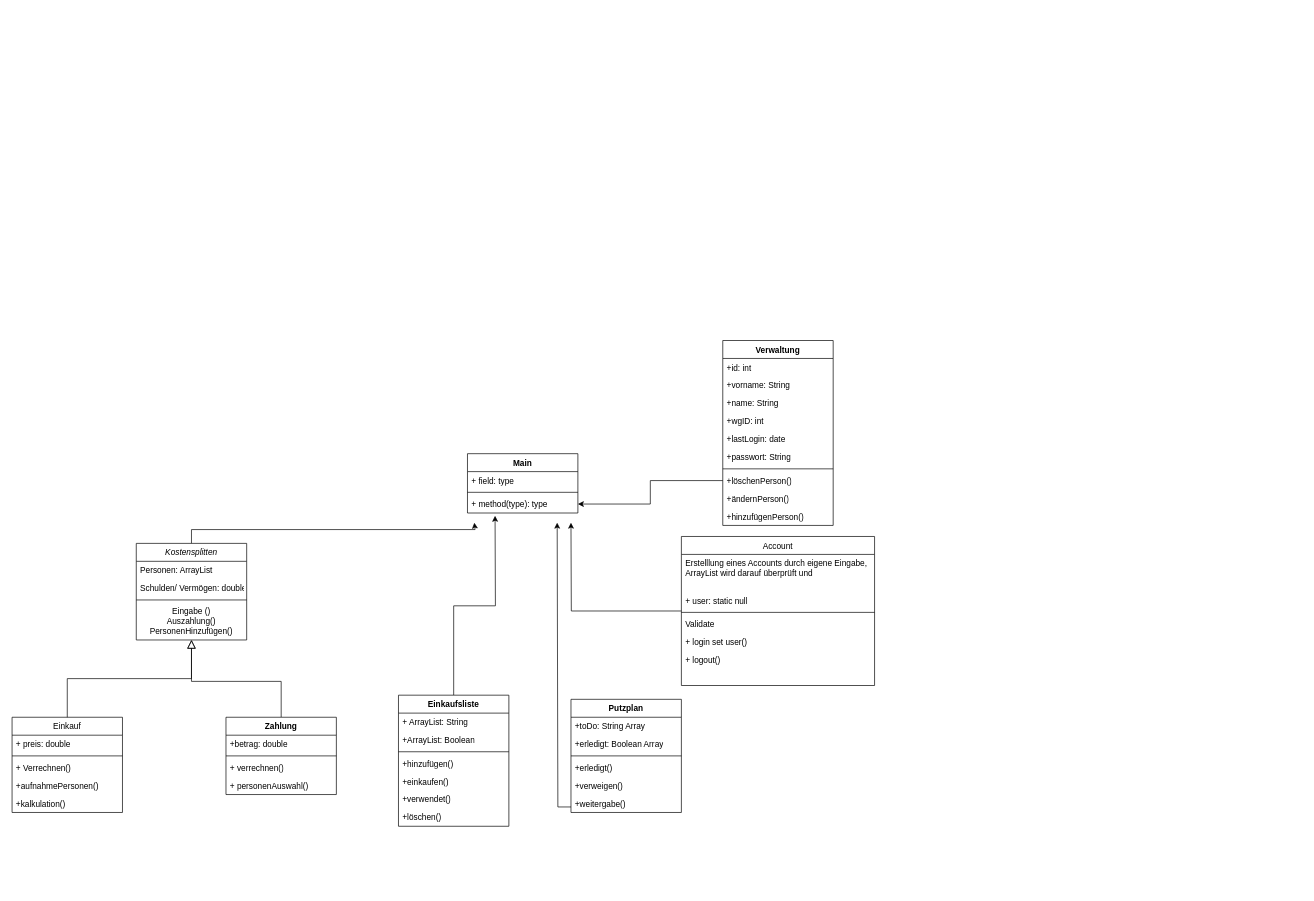
franzi17/Systemanalyse keeps this draw.io diagram as Unbenanntes Diagramm.drawio. Above is the earlier version. Source tidied: cells renumbered, new cells numbered last; positions are measured from the earlier drawing's top-left corner, leaving out a move shared by most shapes. Both pictures are drawn from the tidied source at 69%, with x=0, y=0 at pixel (12, 340).
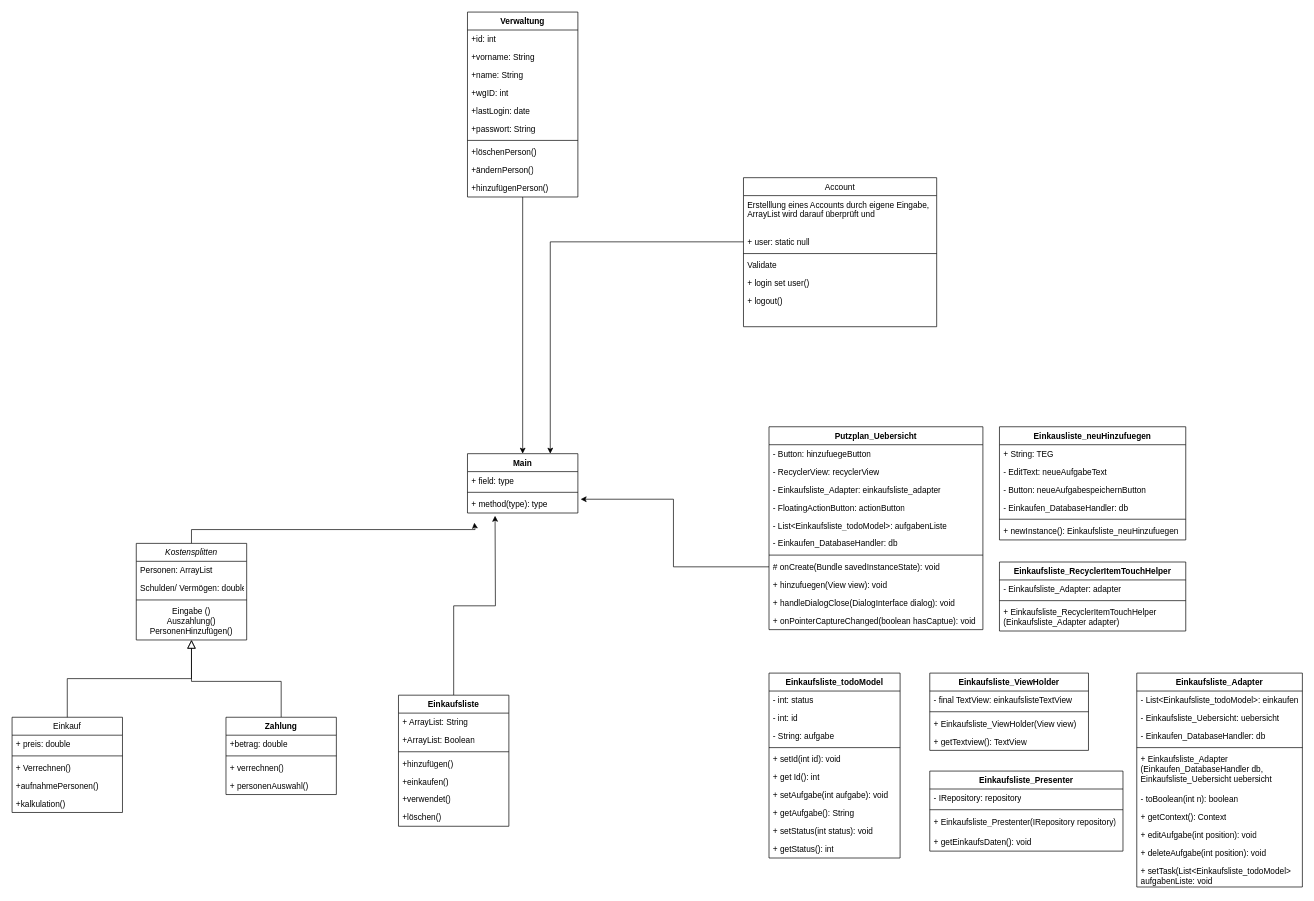
The same diagram, later.

Unchanged cells that the change refers to:
```xml
<mxCell id="18" value="+ user: static null" style="text;strokeColor=none;fillColor=none;align=left;verticalAlign=top;spacingLeft=4;spacingRight=4;overflow=hidden;points=[[0,0.5],[1,0.5]];portConstraint=eastwest;whiteSpace=wrap;html=1;" parent="16" vertex="1">
  <mxGeometry y="80" width="280" height="26" as="geometry" />
</mxCell>
<mxCell id="31" value="+löschenPerson()" style="text;strokeColor=none;fillColor=none;align=left;verticalAlign=top;spacingLeft=4;spacingRight=4;overflow=hidden;points=[[0,0.5],[1,0.5]];portConstraint=eastwest;whiteSpace=wrap;html=1;" parent="23" vertex="1">
  <mxGeometry y="190" width="160" height="26" as="geometry" />
</mxCell>
<mxCell id="51" value="Main" style="swimlane;fontStyle=1;align=center;verticalAlign=top;horizontal=1;startSize=26;whiteSpace=wrap;html=1;" parent="1" vertex="1">
  <mxGeometry x="660" y="164" width="160" height="86" as="geometry" />
</mxCell>
<mxCell id="54" value="+ method(type): type" style="text;strokeColor=none;fillColor=none;align=left;verticalAlign=top;spacingLeft=4;spacingRight=4;overflow=hidden;points=[[0,0.5],[1,0.5]];portConstraint=eastwest;whiteSpace=wrap;html=1;" parent="51" vertex="1">
  <mxGeometry y="60" width="160" height="26" as="geometry" />
</mxCell>
```

What changed in the source:
```diff
@@
     <mxCell id="16" value="Account" style="swimlane;fontStyle=0;align=center;verticalAlign=top;horizontal=1;startSize=26;rounded=0;shadow=0;strokeWidth=1;" parent="1" vertex="1">
-      <mxGeometry x="970" y="284" width="280" height="216" as="geometry" />
+      <mxGeometry x="1060" y="-236" width="280" height="216" as="geometry" />
     </mxCell>
@@
+    <mxCell id="62" style="edgeStyle=orthogonalEdgeStyle;rounded=0;jettySize=auto;html=1;entryX=0.5;entryY=0;entryDx=0;entryDy=0;" parent="1" edge="1" source="23" target="51">
+      <mxGeometry relative="1" as="geometry" />
+    </mxCell>
     <mxCell id="23" value="Verwaltung" style="swimlane;fontStyle=1;align=center;verticalAlign=top;horizontal=1;startSize=26;whiteSpace=wrap;html=1;" parent="1" vertex="1">
-      <mxGeometry x="1030" width="160" height="268" as="geometry" />
+      <mxGeometry x="660" y="-476" width="160" height="268" as="geometry" />
     </mxCell>
@@
-    <mxCell id="43" style="edgeStyle=orthogonalEdgeStyle;rounded=0;jettySize=auto;html=1;" parent="1" edge="1" source="44">
-      <mxGeometry relative="1" as="geometry">
-        <mxPoint x="790" y="264" as="targetPoint" />
-        <Array as="points">
-          <mxPoint x="791" y="676" />
-        </Array>
-      </mxGeometry>
-    </mxCell>
-    <mxCell id="44" value="Putzplan" style="swimlane;fontStyle=1;align=center;verticalAlign=top;horizontal=1;startSize=26;whiteSpace=wrap;html=1;" parent="1" vertex="1">
-      <mxGeometry x="810" y="520" width="160" height="164" as="geometry" />
+    <mxCell id="44" value="Putzplan_Uebersicht" style="swimlane;fontStyle=1;align=center;verticalAlign=top;horizontal=1;startSize=26;whiteSpace=wrap;html=1;" parent="1" vertex="1">
+      <mxGeometry x="1097" y="125" width="310" height="294" as="geometry" />
     </mxCell>
-    <mxCell id="45" value="+toDo: String Array" style="text;strokeColor=none;fillColor=none;align=left;verticalAlign=top;spacingLeft=4;spacingRight=4;overflow=hidden;whiteSpace=wrap;html=1;" parent="44" vertex="1">
-      <mxGeometry y="26" width="160" height="26" as="geometry" />
+    <mxCell id="45" value="- Button: hinzufuegeButton" style="text;strokeColor=none;fillColor=none;align=left;verticalAlign=top;spacingLeft=4;spacingRight=4;overflow=hidden;whiteSpace=wrap;html=1;" parent="44" vertex="1">
+      <mxGeometry y="26" width="310" height="26" as="geometry" />
     </mxCell>
-    <mxCell id="46" value="+erledigt: Boolean Array" style="text;strokeColor=none;fillColor=none;align=left;verticalAlign=top;spacingLeft=4;spacingRight=4;overflow=hidden;whiteSpace=wrap;html=1;" parent="44" vertex="1">
-      <mxGeometry y="52" width="160" height="26" as="geometry" />
+    <mxCell id="46" value="- RecyclerView: recyclerView" style="text;strokeColor=none;fillColor=none;align=left;verticalAlign=top;spacingLeft=4;spacingRight=4;overflow=hidden;whiteSpace=wrap;html=1;" parent="44" vertex="1">
+      <mxGeometry y="52" width="310" height="26" as="geometry" />
     </mxCell>
+    <mxCell id="63" value="- Einkaufsliste_Adapter: einkaufsliste_adapter" style="text;strokeColor=none;fillColor=none;align=left;verticalAlign=top;spacingLeft=4;spacingRight=4;overflow=hidden;whiteSpace=wrap;html=1;" parent="44" vertex="1">
+      <mxGeometry y="78" width="310" height="26" as="geometry" />
+    </mxCell>
+    <mxCell id="64" value="- FloatingActionButton: actionButton" style="text;strokeColor=none;fillColor=none;align=left;verticalAlign=top;spacingLeft=4;spacingRight=4;overflow=hidden;whiteSpace=wrap;html=1;" parent="44" vertex="1">
+      <mxGeometry y="104" width="310" height="26" as="geometry" />
+    </mxCell>
+    <mxCell id="65" value="- List&amp;lt;Einkaufsliste_todoModel&amp;gt;: aufgabenListe" style="text;strokeColor=none;fillColor=none;align=left;verticalAlign=top;spacingLeft=4;spacingRight=4;overflow=hidden;whiteSpace=wrap;html=1;" parent="44" vertex="1">
+      <mxGeometry y="130" width="310" height="26" as="geometry" />
+    </mxCell>
+    <mxCell id="66" value="- Einkaufen_DatabaseHandler: db" style="text;strokeColor=none;fillColor=none;align=left;verticalAlign=top;spacingLeft=4;spacingRight=4;overflow=hidden;whiteSpace=wrap;html=1;" parent="44" vertex="1">
+      <mxGeometry y="156" width="310" height="26" as="geometry" />
+    </mxCell>
     <mxCell id="47" style="line;strokeWidth=1;fillColor=none;align=left;verticalAlign=middle;spacingTop=-1;spacingLeft=3;spacingRight=3;labelPosition=right;strokeColor=inherit;" parent="44" vertex="1">
-      <mxGeometry y="78" width="160" height="8" as="geometry" />
+      <mxGeometry y="182" width="310" height="8" as="geometry" />
     </mxCell>
-    <mxCell id="48" value="+erledigt()" style="text;strokeColor=none;fillColor=none;align=left;verticalAlign=top;spacingLeft=4;spacingRight=4;overflow=hidden;points=[[0,0.5],[1,0.5]];portConstraint=eastwest;whiteSpace=wrap;html=1;" parent="44" vertex="1">
-      <mxGeometry y="86" width="160" height="26" as="geometry" />
+    <mxCell id="48" value="# onCreate(Bundle savedInstanceState): void" style="text;strokeColor=none;fillColor=none;align=left;verticalAlign=top;spacingLeft=4;spacingRight=4;overflow=hidden;points=[[0,0.5],[1,0.5]];portConstraint=eastwest;whiteSpace=wrap;html=1;" parent="44" vertex="1">
+      <mxGeometry y="190" width="310" height="26" as="geometry" />
     </mxCell>
-    <mxCell id="49" value="+verweigen()" style="text;strokeColor=none;fillColor=none;align=left;verticalAlign=top;spacingLeft=4;spacingRight=4;overflow=hidden;whiteSpace=wrap;html=1;" parent="44" vertex="1">
-      <mxGeometry y="112" width="160" height="26" as="geometry" />
+    <mxCell id="49" value="+ hinzufuegen(View view): void" style="text;strokeColor=none;fillColor=none;align=left;verticalAlign=top;spacingLeft=4;spacingRight=4;overflow=hidden;whiteSpace=wrap;html=1;" parent="44" vertex="1">
+      <mxGeometry y="216" width="310" height="26" as="geometry" />
     </mxCell>
-    <mxCell id="50" value="+weitergabe()" style="text;strokeColor=none;fillColor=none;align=left;verticalAlign=top;spacingLeft=4;spacingRight=4;overflow=hidden;whiteSpace=wrap;html=1;" parent="44" vertex="1">
-      <mxGeometry y="138" width="160" height="26" as="geometry" />
+    <mxCell id="50" value="+ handleDialogClose(DialogInterface dialog): void" style="text;strokeColor=none;fillColor=none;align=left;verticalAlign=top;spacingLeft=4;spacingRight=4;overflow=hidden;whiteSpace=wrap;html=1;" parent="44" vertex="1">
+      <mxGeometry y="242" width="310" height="26" as="geometry" />
     </mxCell>
+    <mxCell id="67" value="+ onPointerCaptureChanged(boolean hasCaptue): void" style="text;strokeColor=none;fillColor=none;align=left;verticalAlign=top;spacingLeft=4;spacingRight=4;overflow=hidden;whiteSpace=wrap;html=1;" parent="44" vertex="1">
+      <mxGeometry y="268" width="310" height="26" as="geometry" />
+    </mxCell>
@@
-    <mxCell id="55" style="edgeStyle=orthogonalEdgeStyle;rounded=0;jettySize=auto;html=1;" parent="1" edge="1" source="16">
-      <mxGeometry relative="1" as="geometry">
-        <mxPoint x="810" y="264" as="targetPoint" />
-      </mxGeometry>
-    </mxCell>
@@
-    <mxCell id="61" style="edgeStyle=orthogonalEdgeStyle;rounded=0;jettySize=auto;html=1;entryX=1;entryY=0.5;entryDx=0;entryDy=0;" parent="1" edge="1" source="31" target="54">
-      <mxGeometry relative="1" as="geometry" />
-    </mxCell>
+    <mxCell id="68" style="edgeStyle=orthogonalEdgeStyle;rounded=0;jettySize=auto;html=1;entryX=0.75;entryY=0;entryDx=0;entryDy=0;" parent="1" edge="1" source="18" target="51">
+      <mxGeometry relative="1" as="geometry" />
+    </mxCell>
+    <mxCell id="69" style="edgeStyle=orthogonalEdgeStyle;rounded=0;jettySize=auto;html=1;exitX=0;exitY=0.5;exitDx=0;exitDy=0;entryX=1.025;entryY=0.231;entryDx=0;entryDy=0;entryPerimeter=0;" parent="1" edge="1" source="48" target="54">
+      <mxGeometry relative="1" as="geometry" />
+    </mxCell>
+    <mxCell id="70" value="Einkaufsliste_todoModel" style="swimlane;fontStyle=1;align=center;verticalAlign=top;horizontal=1;startSize=26;whiteSpace=wrap;html=1;" parent="1" vertex="1">
+      <mxGeometry x="1097" y="482" width="190" height="268" as="geometry" />
+    </mxCell>
+    <mxCell id="71" value="- int: status" style="text;strokeColor=none;fillColor=none;align=left;verticalAlign=top;spacingLeft=4;spacingRight=4;overflow=hidden;whiteSpace=wrap;html=1;" parent="70" vertex="1">
+      <mxGeometry y="26" width="190" height="26" as="geometry" />
+    </mxCell>
+    <mxCell id="72" value="- int: id" style="text;strokeColor=none;fillColor=none;align=left;verticalAlign=top;spacingLeft=4;spacingRight=4;overflow=hidden;whiteSpace=wrap;html=1;" parent="70" vertex="1">
+      <mxGeometry y="52" width="190" height="26" as="geometry" />
+    </mxCell>
+    <mxCell id="73" value="- String: aufgabe" style="text;strokeColor=none;fillColor=none;align=left;verticalAlign=top;spacingLeft=4;spacingRight=4;overflow=hidden;whiteSpace=wrap;html=1;" parent="70" vertex="1">
+      <mxGeometry y="78" width="190" height="26" as="geometry" />
+    </mxCell>
+    <mxCell id="74" style="line;strokeWidth=1;fillColor=none;align=left;verticalAlign=middle;spacingTop=-1;spacingLeft=3;spacingRight=3;labelPosition=right;strokeColor=inherit;" parent="70" vertex="1">
+      <mxGeometry y="104" width="190" height="8" as="geometry" />
+    </mxCell>
+    <mxCell id="75" value="+ setId(int id): void" style="text;strokeColor=none;fillColor=none;align=left;verticalAlign=top;spacingLeft=4;spacingRight=4;overflow=hidden;whiteSpace=wrap;html=1;" parent="70" vertex="1">
+      <mxGeometry y="112" width="190" height="26" as="geometry" />
+    </mxCell>
+    <mxCell id="76" value="+ get Id(): int" style="text;strokeColor=none;fillColor=none;align=left;verticalAlign=top;spacingLeft=4;spacingRight=4;overflow=hidden;whiteSpace=wrap;html=1;" parent="70" vertex="1">
+      <mxGeometry y="138" width="190" height="26" as="geometry" />
+    </mxCell>
+    <mxCell id="77" value="+ setAufgabe(int aufgabe): void" style="text;strokeColor=none;fillColor=none;align=left;verticalAlign=top;spacingLeft=4;spacingRight=4;overflow=hidden;whiteSpace=wrap;html=1;" parent="70" vertex="1">
+      <mxGeometry y="164" width="190" height="26" as="geometry" />
+    </mxCell>
+    <mxCell id="78" value="+ getAufgabe(): String" style="text;strokeColor=none;fillColor=none;align=left;verticalAlign=top;spacingLeft=4;spacingRight=4;overflow=hidden;whiteSpace=wrap;html=1;" parent="70" vertex="1">
+      <mxGeometry y="190" width="190" height="26" as="geometry" />
+    </mxCell>
+    <mxCell id="79" value="+ setStatus(int status): void" style="text;strokeColor=none;fillColor=none;align=left;verticalAlign=top;spacingLeft=4;spacingRight=4;overflow=hidden;whiteSpace=wrap;html=1;" parent="70" vertex="1">
+      <mxGeometry y="216" width="190" height="26" as="geometry" />
+    </mxCell>
+    <mxCell id="80" value="+ getStatus(): int" style="text;strokeColor=none;fillColor=none;align=left;verticalAlign=top;spacingLeft=4;spacingRight=4;overflow=hidden;whiteSpace=wrap;html=1;" parent="70" vertex="1">
+      <mxGeometry y="242" width="190" height="26" as="geometry" />
+    </mxCell>
+    <mxCell id="81" value="Einkaufsliste_ViewHolder" style="swimlane;fontStyle=1;align=center;verticalAlign=top;horizontal=1;startSize=26;whiteSpace=wrap;html=1;" parent="1" vertex="1">
+      <mxGeometry x="1330" y="482" width="230" height="112" as="geometry" />
+    </mxCell>
+    <mxCell id="82" value="- final TextView: einkaufslisteTextView" style="text;strokeColor=none;fillColor=none;align=left;verticalAlign=top;spacingLeft=4;spacingRight=4;overflow=hidden;whiteSpace=wrap;html=1;" parent="81" vertex="1">
+      <mxGeometry y="26" width="230" height="26" as="geometry" />
+    </mxCell>
+    <mxCell id="83" style="line;strokeWidth=1;fillColor=none;align=left;verticalAlign=middle;spacingTop=-1;spacingLeft=3;spacingRight=3;labelPosition=right;strokeColor=inherit;" parent="81" vertex="1">
+      <mxGeometry y="52" width="230" height="8" as="geometry" />
+    </mxCell>
+    <mxCell id="84" value="+ Einkaufsliste_ViewHolder(View view)" style="text;strokeColor=none;fillColor=none;align=left;verticalAlign=top;spacingLeft=4;spacingRight=4;overflow=hidden;whiteSpace=wrap;html=1;" parent="81" vertex="1">
+      <mxGeometry y="60" width="230" height="26" as="geometry" />
+    </mxCell>
+    <mxCell id="85" value="+ getTextview(): TextView" style="text;strokeColor=none;fillColor=none;align=left;verticalAlign=top;spacingLeft=4;spacingRight=4;overflow=hidden;whiteSpace=wrap;html=1;" parent="81" vertex="1">
+      <mxGeometry y="86" width="230" height="26" as="geometry" />
+    </mxCell>
+    <mxCell id="86" value="Einkaufsliste_Presenter" style="swimlane;fontStyle=1;align=center;verticalAlign=top;horizontal=1;startSize=26;whiteSpace=wrap;html=1;" parent="1" vertex="1">
+      <mxGeometry x="1330" y="624" width="280" height="116" as="geometry" />
+    </mxCell>
+    <mxCell id="87" value="- IRepository: repository" style="text;strokeColor=none;fillColor=none;align=left;verticalAlign=top;spacingLeft=4;spacingRight=4;overflow=hidden;whiteSpace=wrap;html=1;" parent="86" vertex="1">
+      <mxGeometry y="26" width="280" height="26" as="geometry" />
+    </mxCell>
+    <mxCell id="88" style="line;strokeWidth=1;fillColor=none;align=left;verticalAlign=middle;spacingTop=-1;spacingLeft=3;spacingRight=3;labelPosition=right;strokeColor=inherit;" parent="86" vertex="1">
+      <mxGeometry y="52" width="280" height="8" as="geometry" />
+    </mxCell>
+    <mxCell id="89" value="+ Einkaufsliste_Prestenter(IRepository repository)" style="text;strokeColor=none;fillColor=none;align=left;verticalAlign=top;spacingLeft=4;spacingRight=4;overflow=hidden;whiteSpace=wrap;html=1;" parent="86" vertex="1">
+      <mxGeometry y="60" width="280" height="30" as="geometry" />
+    </mxCell>
+    <mxCell id="90" value="+ getEinkaufsDaten(): void" style="text;strokeColor=none;fillColor=none;align=left;verticalAlign=top;spacingLeft=4;spacingRight=4;overflow=hidden;whiteSpace=wrap;html=1;" parent="86" vertex="1">
+      <mxGeometry y="90" width="280" height="26" as="geometry" />
+    </mxCell>
+    <mxCell id="91" value="Einkausliste_neuHinzufuegen" style="swimlane;fontStyle=1;align=center;verticalAlign=top;horizontal=1;startSize=26;whiteSpace=wrap;html=1;" parent="1" vertex="1">
+      <mxGeometry x="1431" y="125" width="270" height="164" as="geometry" />
+    </mxCell>
+    <mxCell id="92" value="+ String: TEG" style="text;strokeColor=none;fillColor=none;align=left;verticalAlign=top;spacingLeft=4;spacingRight=4;overflow=hidden;whiteSpace=wrap;html=1;" parent="91" vertex="1">
+      <mxGeometry y="26" width="270" height="26" as="geometry" />
+    </mxCell>
+    <mxCell id="93" value="- EditText: neueAufgabeText" style="text;strokeColor=none;fillColor=none;align=left;verticalAlign=top;spacingLeft=4;spacingRight=4;overflow=hidden;whiteSpace=wrap;html=1;" parent="91" vertex="1">
+      <mxGeometry y="52" width="270" height="26" as="geometry" />
+    </mxCell>
+    <mxCell id="94" value="- Button: neueAufgabespeichernButton" style="text;strokeColor=none;fillColor=none;align=left;verticalAlign=top;spacingLeft=4;spacingRight=4;overflow=hidden;whiteSpace=wrap;html=1;" parent="91" vertex="1">
+      <mxGeometry y="78" width="270" height="26" as="geometry" />
+    </mxCell>
+    <mxCell id="95" value="- Einkaufen_DatabaseHandler: db" style="text;strokeColor=none;fillColor=none;align=left;verticalAlign=top;spacingLeft=4;spacingRight=4;overflow=hidden;whiteSpace=wrap;html=1;" parent="91" vertex="1">
+      <mxGeometry y="104" width="270" height="26" as="geometry" />
+    </mxCell>
+    <mxCell id="96" style="line;strokeWidth=1;fillColor=none;align=left;verticalAlign=middle;spacingTop=-1;spacingLeft=3;spacingRight=3;labelPosition=right;strokeColor=inherit;" parent="91" vertex="1">
+      <mxGeometry y="130" width="270" height="8" as="geometry" />
+    </mxCell>
+    <mxCell id="97" value="+ newInstance(): Einkaufsliste_neuHinzufuegen" style="text;strokeColor=none;fillColor=none;align=left;verticalAlign=top;spacingLeft=4;spacingRight=4;overflow=hidden;whiteSpace=wrap;html=1;" parent="91" vertex="1">
+      <mxGeometry y="138" width="270" height="26" as="geometry" />
+    </mxCell>
+    <mxCell id="98" value="Einkaufsliste_RecyclerItemTouchHelper" style="swimlane;fontStyle=1;align=center;verticalAlign=top;horizontal=1;startSize=26;whiteSpace=wrap;html=1;" parent="1" vertex="1">
+      <mxGeometry x="1431" y="321" width="270" height="100" as="geometry" />
+    </mxCell>
+    <mxCell id="99" value="- Einkaufsliste_Adapter: adapter" style="text;strokeColor=none;fillColor=none;align=left;verticalAlign=top;spacingLeft=4;spacingRight=4;overflow=hidden;whiteSpace=wrap;html=1;" parent="98" vertex="1">
+      <mxGeometry y="26" width="270" height="26" as="geometry" />
+    </mxCell>
+    <mxCell id="100" style="line;strokeWidth=1;fillColor=none;align=left;verticalAlign=middle;spacingTop=-1;spacingLeft=3;spacingRight=3;labelPosition=right;strokeColor=inherit;" parent="98" vertex="1">
+      <mxGeometry y="52" width="270" height="8" as="geometry" />
+    </mxCell>
+    <mxCell id="101" value="+ Einkaufsliste_RecyclerItemTouchHelper (Einkaufsliste_Adapter adapter)" style="text;strokeColor=none;fillColor=none;align=left;verticalAlign=top;spacingLeft=4;spacingRight=4;overflow=hidden;whiteSpace=wrap;html=1;" parent="98" vertex="1">
+      <mxGeometry y="60" width="270" height="40" as="geometry" />
+    </mxCell>
+    <mxCell id="102" value="Einkaufsliste_Adapter" style="swimlane;fontStyle=1;align=center;verticalAlign=top;horizontal=1;startSize=26;whiteSpace=wrap;html=1;" parent="1" vertex="1">
+      <mxGeometry x="1630" y="482" width="240" height="310" as="geometry" />
+    </mxCell>
+    <mxCell id="103" value="- List&amp;lt;Einkaufsliste_todoModel&amp;gt;: einkaufen" style="text;strokeColor=none;fillColor=none;align=left;verticalAlign=top;spacingLeft=4;spacingRight=4;overflow=hidden;whiteSpace=wrap;html=1;" parent="102" vertex="1">
+      <mxGeometry y="26" width="240" height="26" as="geometry" />
+    </mxCell>
+    <mxCell id="104" value="- Einkaufsliste_Uebersicht: uebersicht" style="text;strokeColor=none;fillColor=none;align=left;verticalAlign=top;spacingLeft=4;spacingRight=4;overflow=hidden;whiteSpace=wrap;html=1;" parent="102" vertex="1">
+      <mxGeometry y="52" width="240" height="26" as="geometry" />
+    </mxCell>
+    <mxCell id="105" value="- Einkaufen_DatabaseHandler: db" style="text;strokeColor=none;fillColor=none;align=left;verticalAlign=top;spacingLeft=4;spacingRight=4;overflow=hidden;whiteSpace=wrap;html=1;" parent="102" vertex="1">
+      <mxGeometry y="78" width="240" height="26" as="geometry" />
+    </mxCell>
+    <mxCell id="106" style="line;strokeWidth=1;fillColor=none;align=left;verticalAlign=middle;spacingTop=-1;spacingLeft=3;spacingRight=3;labelPosition=right;strokeColor=inherit;" parent="102" vertex="1">
+      <mxGeometry y="104" width="240" height="8" as="geometry" />
+    </mxCell>
+    <mxCell id="107" value="+ Einkaufsliste_Adapter (Einkaufen_DatabaseHandler db, Einkaufsliste_Uebersicht uebersicht" style="text;strokeColor=none;fillColor=none;align=left;verticalAlign=top;spacingLeft=4;spacingRight=4;overflow=hidden;whiteSpace=wrap;html=1;" parent="102" vertex="1">
+      <mxGeometry y="112" width="240" height="58" as="geometry" />
+    </mxCell>
+    <mxCell id="108" value="- toBoolean(int n): boolean" style="text;strokeColor=none;fillColor=none;align=left;verticalAlign=top;spacingLeft=4;spacingRight=4;overflow=hidden;whiteSpace=wrap;html=1;" parent="102" vertex="1">
+      <mxGeometry y="170" width="240" height="26" as="geometry" />
+    </mxCell>
+    <mxCell id="109" value="+ getContext(): Context" style="text;strokeColor=none;fillColor=none;align=left;verticalAlign=top;spacingLeft=4;spacingRight=4;overflow=hidden;whiteSpace=wrap;html=1;" parent="102" vertex="1">
+      <mxGeometry y="196" width="240" height="26" as="geometry" />
+    </mxCell>
+    <mxCell id="110" value="+ editAufgabe(int position): void" style="text;strokeColor=none;fillColor=none;align=left;verticalAlign=top;spacingLeft=4;spacingRight=4;overflow=hidden;whiteSpace=wrap;html=1;" parent="102" vertex="1">
+      <mxGeometry y="222" width="240" height="26" as="geometry" />
+    </mxCell>
+    <mxCell id="111" value="+ deleteAufgabe(int position): void" style="text;strokeColor=none;fillColor=none;align=left;verticalAlign=top;spacingLeft=4;spacingRight=4;overflow=hidden;whiteSpace=wrap;html=1;" parent="102" vertex="1">
+      <mxGeometry y="248" width="240" height="26" as="geometry" />
+    </mxCell>
+    <mxCell id="112" value="+ setTask(List&amp;lt;Einkaufsliste_todoModel&amp;gt; aufgabenListe: void" style="text;strokeColor=none;fillColor=none;align=left;verticalAlign=top;spacingLeft=4;spacingRight=4;overflow=hidden;whiteSpace=wrap;html=1;" parent="102" vertex="1">
+      <mxGeometry y="274" width="240" height="36" as="geometry" />
+    </mxCell>
```
